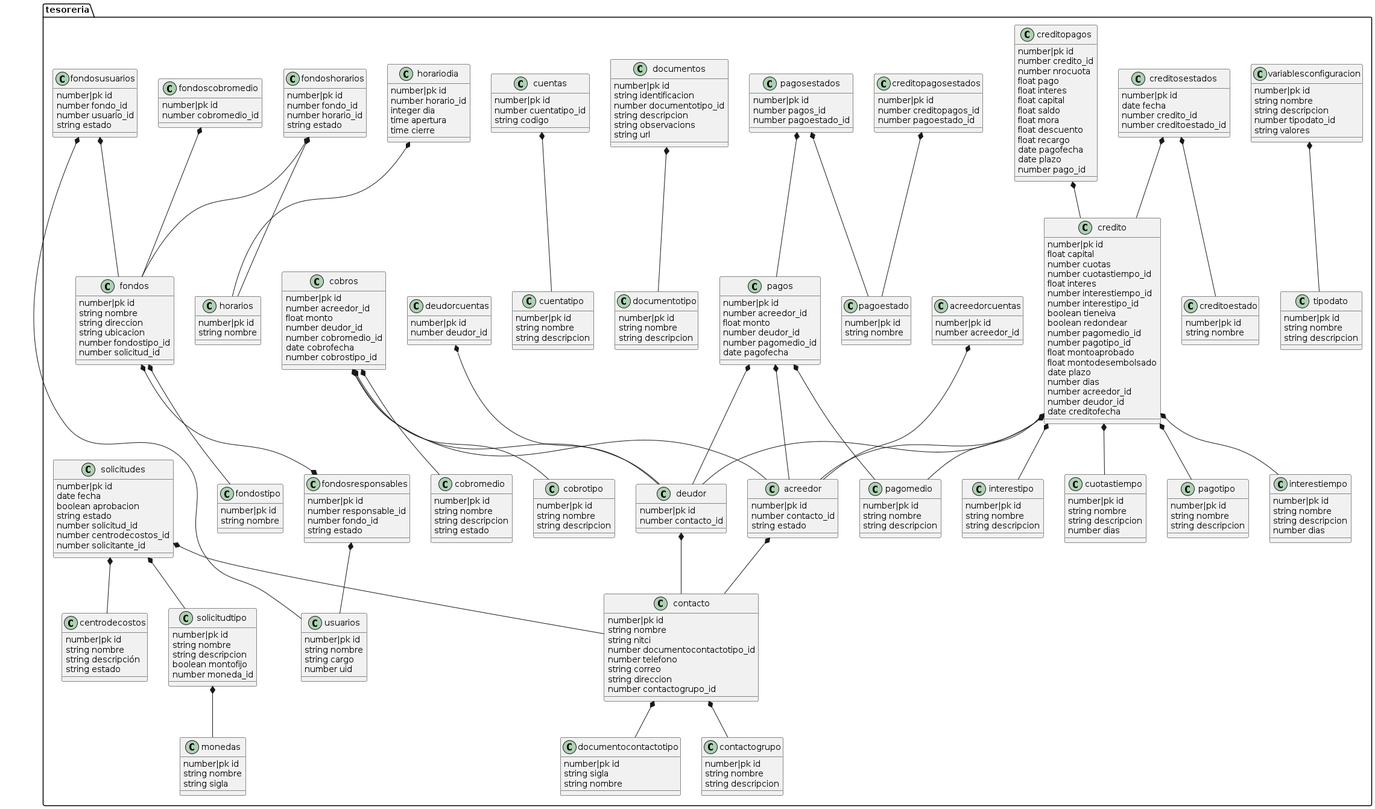
Earlier version of the PlantUML export public/diagrams/temp.png (jptord/apimaster).
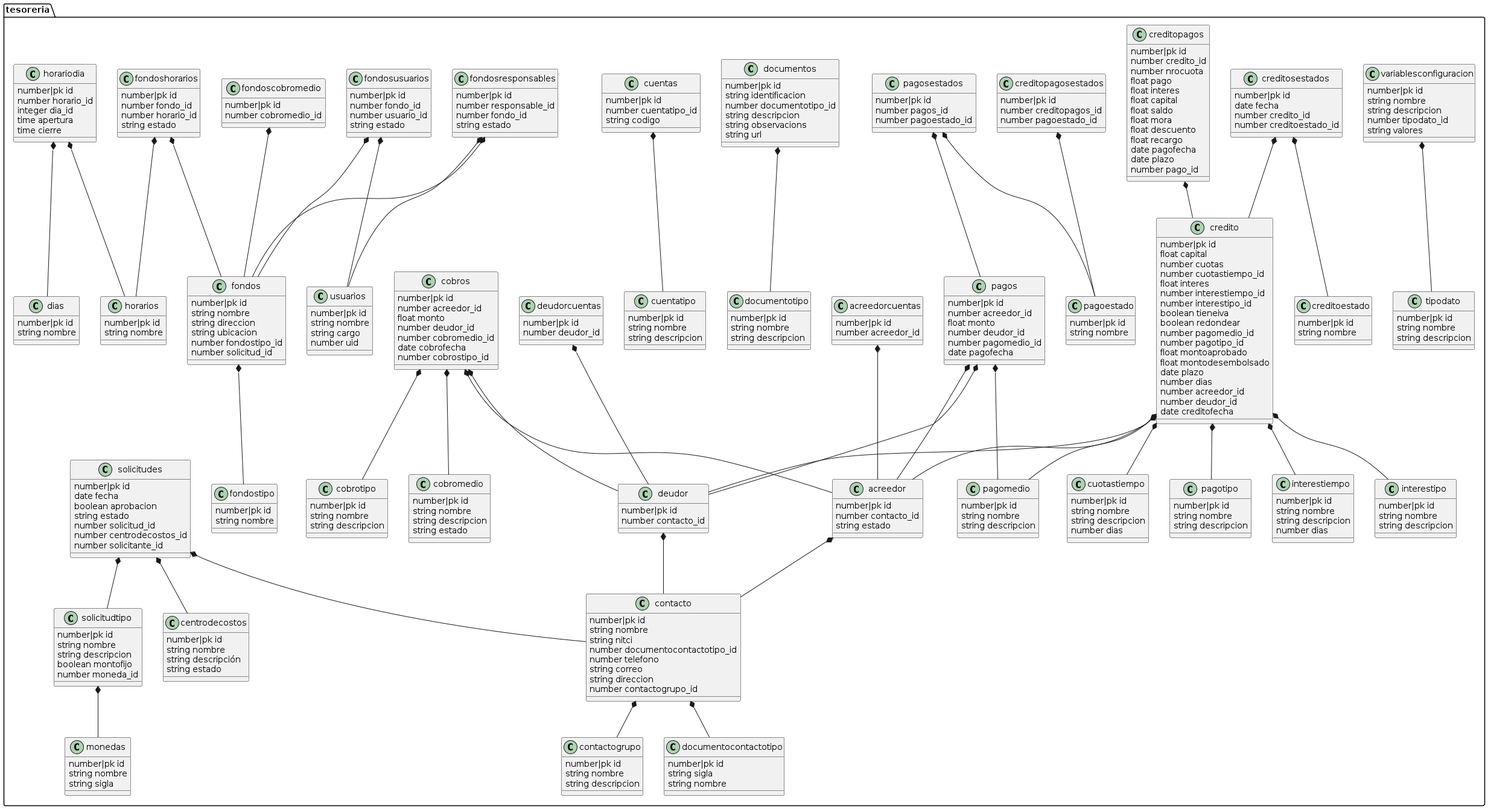
Above is the later version.

The edit, as a diff of the source:
```diff
@@ -229,10 +229,14 @@
 		number|pk id
 		string nombre
 	}
+	class dias{
+		number|pk id
+		string nombre
+	}
 	class horariodia{
 		number|pk id
 		number horario_id
-		integer dia
+		integer dia_id
 		time apertura
 		time cierre
 	}
@@ -294,12 +298,13 @@
 acreedorcuentas *-- acreedor
 deudorcuentas *-- deudor
 fondos *-- fondostipo
-fondos *--* fondosresponsables
 fondosresponsables *-- usuarios
+fondosresponsables *-- fondos
 fondoshorarios *-- fondos
 fondoshorarios *-- horarios
 fondoscobromedio *-- fondos
 horariodia *-- horarios
+horariodia *-- dias
 fondosusuarios *-- fondos
 fondosusuarios *-- usuarios
 solicitudtipo *-- monedas
```
